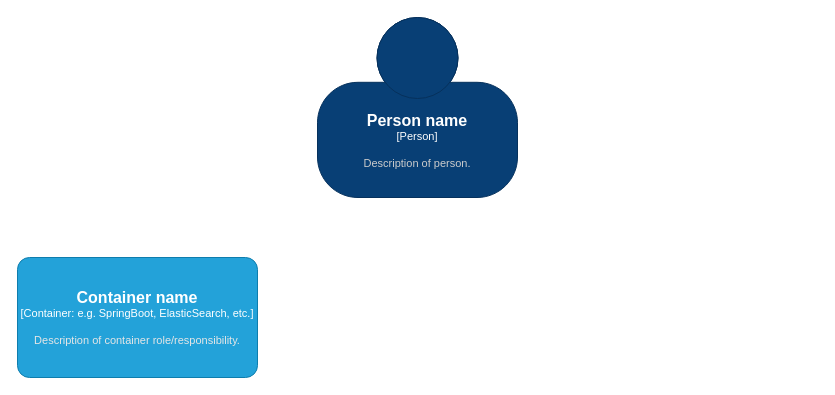
Above: src/documents/pharmacy-container-diagram.drawio in rabbicse/microservices (draw.io), before the change. Source tidied: cells renumbered, new cells numbered last; positions are measured from the earlier drawing's top-left corner, leaving out a move shared by most shapes. Both pictures are drawn from the tidied source at 100%, with x=0, y=0 at pixel (17, 17).
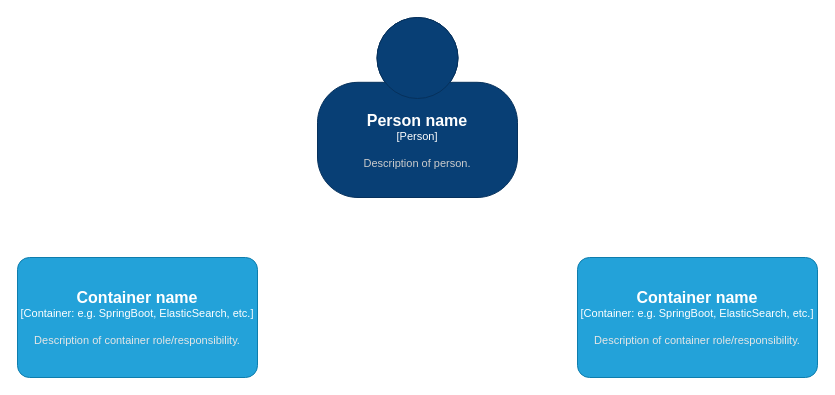
The same page after the edit.

Change to the diagram source:
```diff
@@
 <mxGraphModel>
   <root>
     <mxCell id="0" />
     <mxCell id="1" parent="0" />
     <object id="2" label="&lt;font style=&quot;font-size: 16px&quot;&gt;&lt;b&gt;%c4Name%&lt;/b&gt;&lt;/font&gt;&lt;div&gt;[%c4Type%]&lt;/div&gt;&lt;br&gt;&lt;div&gt;&lt;font style=&quot;font-size: 11px&quot;&gt;&lt;font color=&quot;#cccccc&quot;&gt;%c4Description%&lt;/font&gt;&lt;/div&gt;" c4Description="Description of person." c4Name="Person name" c4Type="Person" placeholders="1">
       <mxCell style="html=1;fontSize=11;dashed=0;whiteSpace=wrap;fillColor=#083F75;strokeColor=#06315C;fontColor=#ffffff;shape=mxgraph.c4.person2;align=center;" parent="1" vertex="1">
         <mxGeometry x="300" width="200" height="180" as="geometry" />
       </mxCell>
     </object>
     <object id="3" label="&lt;font style=&quot;font-size: 16px&quot;&gt;&lt;b&gt;%c4Name%&lt;/b&gt;&lt;/font&gt;&lt;div&gt;[%c4Type%: %c4Technology%]&lt;/div&gt;&lt;br&gt;&lt;div&gt;&lt;font style=&quot;font-size: 11px&quot;&gt;&lt;font color=&quot;#E6E6E6&quot;&gt;%c4Description%&lt;/font&gt;&lt;/div&gt;" c4Description="Description of container role/responsibility." c4Name="Container name" c4Technology="e.g. SpringBoot, ElasticSearch, etc." c4Type="Container" placeholders="1">
       <mxCell style="rounded=1;whiteSpace=wrap;html=1;fontSize=11;labelBackgroundColor=none;fillColor=#23A2D9;fontColor=#ffffff;align=center;arcSize=10;strokeColor=#0E7DAD;" parent="1" vertex="1">
         <mxGeometry y="240" width="240" height="120" as="geometry" />
       </mxCell>
     </object>
+    <object id="4" label="&lt;font style=&quot;font-size: 16px&quot;&gt;&lt;b&gt;%c4Name%&lt;/b&gt;&lt;/font&gt;&lt;div&gt;[%c4Type%: %c4Technology%]&lt;/div&gt;&lt;br&gt;&lt;div&gt;&lt;font style=&quot;font-size: 11px&quot;&gt;&lt;font color=&quot;#E6E6E6&quot;&gt;%c4Description%&lt;/font&gt;&lt;/div&gt;" c4Description="Description of container role/responsibility." c4Name="Container name" c4Technology="e.g. SpringBoot, ElasticSearch, etc." c4Type="Container" placeholders="1">
+      <mxCell style="rounded=1;whiteSpace=wrap;html=1;fontSize=11;labelBackgroundColor=none;fillColor=#23A2D9;fontColor=#ffffff;align=center;arcSize=10;strokeColor=#0E7DAD;" parent="1" vertex="1">
+        <mxGeometry x="560" y="240" width="240" height="120" as="geometry" />
+      </mxCell>
+    </object>
   </root>
 </mxGraphModel>
```
